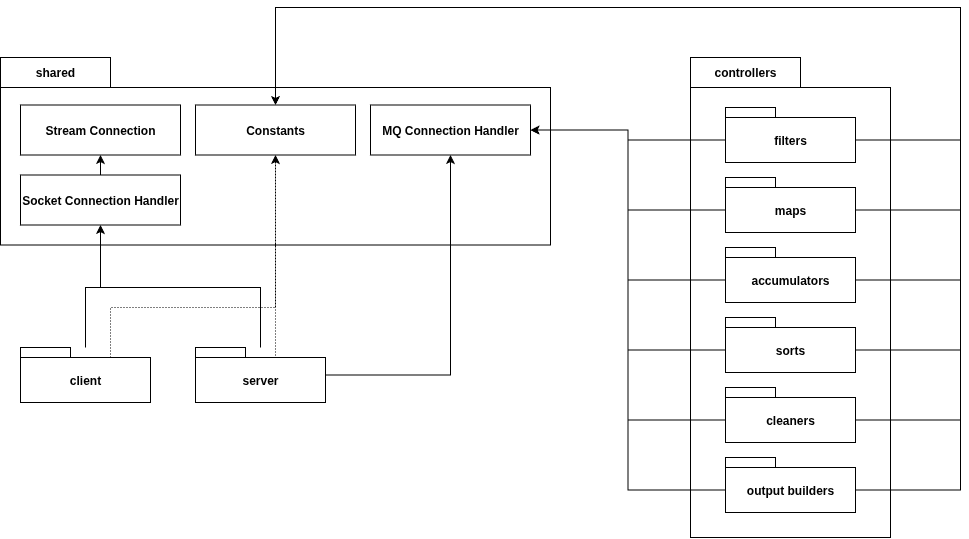
This is misc/Vista de Desarrollo - Diagrama de Paquetes.png from distribuidos-105892-110310-110675/TP, a draw.io export, as it was before one commit. Source tidied: cells renumbered, new cells last; positions are measured from the earlier drawing's top-left corner, leaving out a move shared by most shapes. Source of this version:
```xml
<mxGraphModel>
  <root>
    <mxCell id="0" />
    <mxCell id="1" parent="0" />
    <mxCell id="2" value="shared" style="shape=folder;fontStyle=1;tabWidth=110;tabHeight=30;tabPosition=left;html=1;boundedLbl=1;labelInHeader=1;whiteSpace=wrap;" parent="1" vertex="1">
      <mxGeometry y="50" width="550" height="187.5" as="geometry" />
    </mxCell>
    <mxCell id="3" style="edgeStyle=orthogonalEdgeStyle;rounded=0;jettySize=auto;html=1;entryX=0.5;entryY=1;entryDx=0;entryDy=0;" parent="1" edge="1" source="5" target="32">
      <mxGeometry relative="1" as="geometry">
        <Array as="points">
          <mxPoint x="85" y="280" />
          <mxPoint x="100" y="280" />
        </Array>
      </mxGeometry>
    </mxCell>
    <mxCell id="4" style="edgeStyle=orthogonalEdgeStyle;rounded=0;jettySize=auto;html=1;exitX=0;exitY=0;exitDx=90;exitDy=10;exitPerimeter=0;entryX=0.5;entryY=1;entryDx=0;entryDy=0;dashed=1;dashPattern=1 2;" parent="1" edge="1" source="5" target="33">
      <mxGeometry relative="1" as="geometry">
        <Array as="points">
          <mxPoint x="110" y="300" />
          <mxPoint x="275" y="300" />
        </Array>
      </mxGeometry>
    </mxCell>
    <mxCell id="5" value="client" style="shape=folder;fontStyle=1;tabWidth=50;tabHeight=10;tabPosition=left;html=1;boundedLbl=1;whiteSpace=wrap;" parent="1" vertex="1">
      <mxGeometry x="20" y="340" width="130" height="55" as="geometry" />
    </mxCell>
    <mxCell id="6" style="edgeStyle=orthogonalEdgeStyle;rounded=0;jettySize=auto;html=1;entryX=0.5;entryY=1;entryDx=0;entryDy=0;" parent="1" edge="1" source="9" target="32">
      <mxGeometry relative="1" as="geometry">
        <Array as="points">
          <mxPoint x="260" y="280" />
          <mxPoint x="100" y="280" />
        </Array>
      </mxGeometry>
    </mxCell>
    <mxCell id="7" style="edgeStyle=orthogonalEdgeStyle;rounded=0;jettySize=auto;html=1;entryX=0.5;entryY=1;entryDx=0;entryDy=0;" parent="1" edge="1" source="9" target="30">
      <mxGeometry relative="1" as="geometry" />
    </mxCell>
    <mxCell id="8" style="edgeStyle=orthogonalEdgeStyle;rounded=0;jettySize=auto;html=1;exitX=0;exitY=0;exitDx=90;exitDy=10;exitPerimeter=0;dashed=1;dashPattern=1 2;" parent="1" edge="1" source="9" target="33">
      <mxGeometry relative="1" as="geometry">
        <Array as="points">
          <mxPoint x="275" y="350" />
        </Array>
      </mxGeometry>
    </mxCell>
    <mxCell id="9" value="server" style="shape=folder;fontStyle=1;tabWidth=50;tabHeight=10;tabPosition=left;html=1;boundedLbl=1;whiteSpace=wrap;" parent="1" vertex="1">
      <mxGeometry x="195" y="340" width="130" height="55" as="geometry" />
    </mxCell>
    <mxCell id="10" value="controllers" style="shape=folder;fontStyle=1;tabWidth=110;tabHeight=30;tabPosition=left;html=1;boundedLbl=1;labelInHeader=1;whiteSpace=wrap;" parent="1" vertex="1">
      <mxGeometry x="690" y="50" width="200" height="480" as="geometry" />
    </mxCell>
    <mxCell id="11" style="edgeStyle=orthogonalEdgeStyle;rounded=0;jettySize=auto;html=1;exitX=0;exitY=0;exitDx=0;exitDy=32.5;exitPerimeter=0;" parent="1" edge="1" source="13" target="30">
      <mxGeometry relative="1" as="geometry" />
    </mxCell>
    <mxCell id="12" style="edgeStyle=orthogonalEdgeStyle;rounded=0;jettySize=auto;html=1;exitX=0;exitY=0;exitDx=130;exitDy=32.5;exitPerimeter=0;entryX=0.5;entryY=0;entryDx=0;entryDy=0;" parent="1" edge="1" source="13" target="33">
      <mxGeometry relative="1" as="geometry">
        <Array as="points">
          <mxPoint x="960" y="132" />
          <mxPoint x="960" />
          <mxPoint x="275" />
        </Array>
      </mxGeometry>
    </mxCell>
    <mxCell id="13" value="filters" style="shape=folder;fontStyle=1;tabWidth=50;tabHeight=10;tabPosition=left;html=1;boundedLbl=1;whiteSpace=wrap;" parent="1" vertex="1">
      <mxGeometry x="725" y="100" width="130" height="55" as="geometry" />
    </mxCell>
    <mxCell id="14" style="edgeStyle=orthogonalEdgeStyle;rounded=0;jettySize=auto;html=1;exitX=0;exitY=0;exitDx=0;exitDy=32.5;exitPerimeter=0;entryX=1;entryY=0.5;entryDx=0;entryDy=0;" parent="1" edge="1" source="16" target="30">
      <mxGeometry relative="1" as="geometry" />
    </mxCell>
    <mxCell id="15" style="edgeStyle=orthogonalEdgeStyle;rounded=0;jettySize=auto;html=1;exitX=0;exitY=0;exitDx=130;exitDy=32.5;exitPerimeter=0;entryX=0.5;entryY=0;entryDx=0;entryDy=0;" parent="1" edge="1" source="16" target="33">
      <mxGeometry relative="1" as="geometry">
        <Array as="points">
          <mxPoint x="960" y="202" />
          <mxPoint x="960" />
          <mxPoint x="275" />
        </Array>
      </mxGeometry>
    </mxCell>
    <mxCell id="16" value="maps" style="shape=folder;fontStyle=1;tabWidth=50;tabHeight=10;tabPosition=left;html=1;boundedLbl=1;whiteSpace=wrap;" parent="1" vertex="1">
      <mxGeometry x="725" y="170" width="130" height="55" as="geometry" />
    </mxCell>
    <mxCell id="17" style="edgeStyle=orthogonalEdgeStyle;rounded=0;jettySize=auto;html=1;exitX=0;exitY=0;exitDx=0;exitDy=32.5;exitPerimeter=0;entryX=1;entryY=0.5;entryDx=0;entryDy=0;" parent="1" edge="1" source="19" target="30">
      <mxGeometry relative="1" as="geometry" />
    </mxCell>
    <mxCell id="18" style="edgeStyle=orthogonalEdgeStyle;rounded=0;jettySize=auto;html=1;exitX=0;exitY=0;exitDx=130;exitDy=32.5;exitPerimeter=0;entryX=0.5;entryY=0;entryDx=0;entryDy=0;" parent="1" edge="1" source="19" target="33">
      <mxGeometry relative="1" as="geometry">
        <Array as="points">
          <mxPoint x="960" y="272" />
          <mxPoint x="960" />
          <mxPoint x="275" />
        </Array>
      </mxGeometry>
    </mxCell>
    <mxCell id="19" value="accumulators" style="shape=folder;fontStyle=1;tabWidth=50;tabHeight=10;tabPosition=left;html=1;boundedLbl=1;whiteSpace=wrap;" parent="1" vertex="1">
      <mxGeometry x="725" y="240" width="130" height="55" as="geometry" />
    </mxCell>
    <mxCell id="20" style="edgeStyle=orthogonalEdgeStyle;rounded=0;jettySize=auto;html=1;exitX=0;exitY=0;exitDx=0;exitDy=32.5;exitPerimeter=0;entryX=1;entryY=0.5;entryDx=0;entryDy=0;" parent="1" edge="1" source="22" target="30">
      <mxGeometry relative="1" as="geometry" />
    </mxCell>
    <mxCell id="21" style="edgeStyle=orthogonalEdgeStyle;rounded=0;jettySize=auto;html=1;exitX=0;exitY=0;exitDx=130;exitDy=32.5;exitPerimeter=0;entryX=0.5;entryY=0;entryDx=0;entryDy=0;" parent="1" edge="1" source="22" target="33">
      <mxGeometry relative="1" as="geometry">
        <Array as="points">
          <mxPoint x="960" y="342" />
          <mxPoint x="960" />
          <mxPoint x="275" />
        </Array>
      </mxGeometry>
    </mxCell>
    <mxCell id="22" value="sorts" style="shape=folder;fontStyle=1;tabWidth=50;tabHeight=10;tabPosition=left;html=1;boundedLbl=1;whiteSpace=wrap;" parent="1" vertex="1">
      <mxGeometry x="725" y="310" width="130" height="55" as="geometry" />
    </mxCell>
    <mxCell id="23" style="edgeStyle=orthogonalEdgeStyle;rounded=0;jettySize=auto;html=1;exitX=0;exitY=0;exitDx=0;exitDy=32.5;exitPerimeter=0;entryX=1;entryY=0.5;entryDx=0;entryDy=0;" parent="1" edge="1" source="25" target="30">
      <mxGeometry relative="1" as="geometry" />
    </mxCell>
    <mxCell id="24" style="edgeStyle=orthogonalEdgeStyle;rounded=0;jettySize=auto;html=1;exitX=0;exitY=0;exitDx=130;exitDy=32.5;exitPerimeter=0;entryX=0.5;entryY=0;entryDx=0;entryDy=0;" parent="1" edge="1" source="25" target="33">
      <mxGeometry relative="1" as="geometry">
        <Array as="points">
          <mxPoint x="960" y="412" />
          <mxPoint x="960" />
          <mxPoint x="275" />
        </Array>
      </mxGeometry>
    </mxCell>
    <mxCell id="25" value="cleaners" style="shape=folder;fontStyle=1;tabWidth=50;tabHeight=10;tabPosition=left;html=1;boundedLbl=1;whiteSpace=wrap;" parent="1" vertex="1">
      <mxGeometry x="725" y="380" width="130" height="55" as="geometry" />
    </mxCell>
    <mxCell id="26" style="edgeStyle=orthogonalEdgeStyle;rounded=0;jettySize=auto;html=1;exitX=0;exitY=0;exitDx=0;exitDy=32.5;exitPerimeter=0;entryX=1;entryY=0.5;entryDx=0;entryDy=0;" parent="1" edge="1" source="28" target="30">
      <mxGeometry relative="1" as="geometry" />
    </mxCell>
    <mxCell id="27" style="edgeStyle=orthogonalEdgeStyle;rounded=0;jettySize=auto;html=1;exitX=0;exitY=0;exitDx=130;exitDy=32.5;exitPerimeter=0;entryX=0.5;entryY=0;entryDx=0;entryDy=0;" parent="1" edge="1" source="28" target="33">
      <mxGeometry relative="1" as="geometry">
        <Array as="points">
          <mxPoint x="960" y="482" />
          <mxPoint x="960" />
          <mxPoint x="275" />
        </Array>
      </mxGeometry>
    </mxCell>
    <mxCell id="28" value="output builders" style="shape=folder;fontStyle=1;tabWidth=50;tabHeight=10;tabPosition=left;html=1;boundedLbl=1;whiteSpace=wrap;" parent="1" vertex="1">
      <mxGeometry x="725" y="450" width="130" height="55" as="geometry" />
    </mxCell>
    <mxCell id="29" style="html=1;strokeColor=none;fillColor=none;whiteSpace=wrap;" parent="1" vertex="1">
      <mxGeometry y="127.5" width="40" height="90" as="geometry">
        <mxPoint y="30" as="offset" />
      </mxGeometry>
    </mxCell>
    <mxCell id="30" value="MQ Connection Handler" style="fontStyle=1;whiteSpace=wrap;html=1;" parent="1" vertex="1">
      <mxGeometry x="370" y="97.5" width="160" height="50" as="geometry" />
    </mxCell>
    <mxCell id="31" style="edgeStyle=orthogonalEdgeStyle;rounded=0;jettySize=auto;html=1;exitX=0.5;exitY=0;exitDx=0;exitDy=0;entryX=0.5;entryY=1;entryDx=0;entryDy=0;" parent="1" edge="1" source="32" target="34">
      <mxGeometry relative="1" as="geometry" />
    </mxCell>
    <mxCell id="32" value="Socket Connection Handler" style="fontStyle=1;whiteSpace=wrap;html=1;" parent="1" vertex="1">
      <mxGeometry x="20" y="167.5" width="160" height="50" as="geometry" />
    </mxCell>
    <mxCell id="33" value="Constants" style="fontStyle=1;whiteSpace=wrap;html=1;" parent="1" vertex="1">
      <mxGeometry x="195" y="97.5" width="160" height="50" as="geometry" />
    </mxCell>
    <mxCell id="34" value="Stream Connection" style="fontStyle=1;whiteSpace=wrap;html=1;" parent="1" vertex="1">
      <mxGeometry x="20" y="97.5" width="160" height="50" as="geometry" />
    </mxCell>
    <mxCell id="35" style="edgeStyle=orthogonalEdgeStyle;rounded=0;jettySize=auto;html=1;exitX=0;exitY=0;exitDx=130;exitDy=32.5;exitPerimeter=0;entryX=0.5;entryY=0;entryDx=0;entryDy=0;" parent="1" edge="1" source="25" target="33">
      <mxGeometry relative="1" as="geometry">
        <Array as="points">
          <mxPoint x="960" y="412" />
          <mxPoint x="960" />
          <mxPoint x="275" />
        </Array>
      </mxGeometry>
    </mxCell>
  </root>
</mxGraphModel>
```
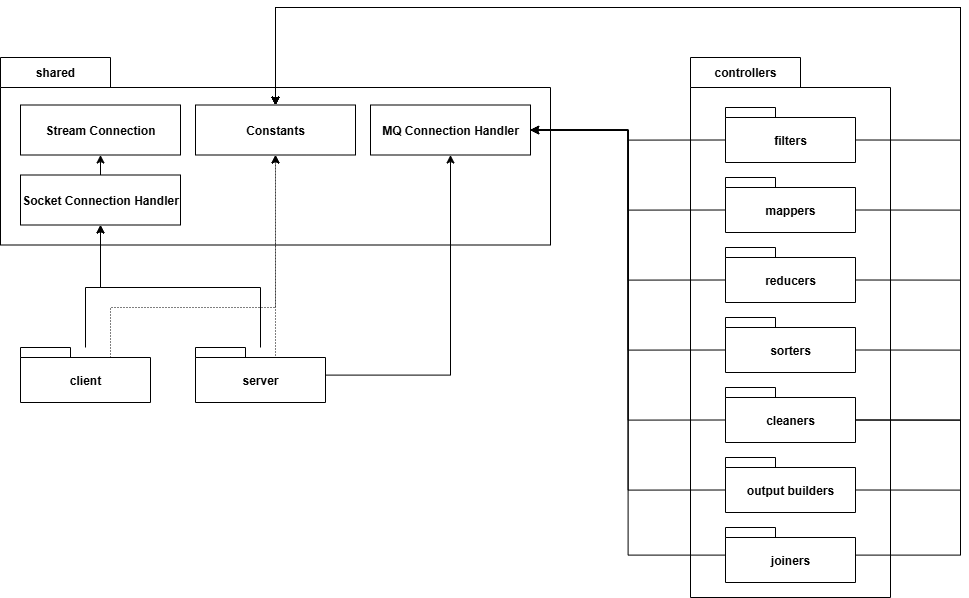
The same file after the commit.

What changed in the source:
```diff
@@ -46,7 +46,7 @@
       <mxGeometry x="195" y="340" width="130" height="55" as="geometry" />
     </mxCell>
     <mxCell id="10" value="controllers" style="shape=folder;fontStyle=1;tabWidth=110;tabHeight=30;tabPosition=left;html=1;boundedLbl=1;labelInHeader=1;whiteSpace=wrap;" parent="1" vertex="1">
-      <mxGeometry x="690" y="50" width="200" height="480" as="geometry" />
+      <mxGeometry x="690" y="50" width="200" height="540" as="geometry" />
     </mxCell>
     <mxCell id="11" style="edgeStyle=orthogonalEdgeStyle;rounded=0;jettySize=auto;html=1;exitX=0;exitY=0;exitDx=0;exitDy=32.5;exitPerimeter=0;" parent="1" edge="1" source="13" target="30">
       <mxGeometry relative="1" as="geometry" />
@@ -63,63 +63,63 @@
     <mxCell id="13" value="filters" style="shape=folder;fontStyle=1;tabWidth=50;tabHeight=10;tabPosition=left;html=1;boundedLbl=1;whiteSpace=wrap;" parent="1" vertex="1">
       <mxGeometry x="725" y="100" width="130" height="55" as="geometry" />
     </mxCell>
-    <mxCell id="14" style="edgeStyle=orthogonalEdgeStyle;rounded=0;jettySize=auto;html=1;exitX=0;exitY=0;exitDx=0;exitDy=32.5;exitPerimeter=0;entryX=1;entryY=0.5;entryDx=0;entryDy=0;" parent="1" edge="1" source="16" target="30">
-      <mxGeometry relative="1" as="geometry" />
-    </mxCell>
-    <mxCell id="15" style="edgeStyle=orthogonalEdgeStyle;rounded=0;jettySize=auto;html=1;exitX=0;exitY=0;exitDx=130;exitDy=32.5;exitPerimeter=0;entryX=0.5;entryY=0;entryDx=0;entryDy=0;" parent="1" edge="1" source="16" target="33">
-      <mxGeometry relative="1" as="geometry">
-        <Array as="points">
-          <mxPoint x="960" y="202" />
-          <mxPoint x="960" />
-          <mxPoint x="275" />
-        </Array>
-      </mxGeometry>
-    </mxCell>
-    <mxCell id="16" value="maps" style="shape=folder;fontStyle=1;tabWidth=50;tabHeight=10;tabPosition=left;html=1;boundedLbl=1;whiteSpace=wrap;" parent="1" vertex="1">
-      <mxGeometry x="725" y="170" width="130" height="55" as="geometry" />
-    </mxCell>
-    <mxCell id="17" style="edgeStyle=orthogonalEdgeStyle;rounded=0;jettySize=auto;html=1;exitX=0;exitY=0;exitDx=0;exitDy=32.5;exitPerimeter=0;entryX=1;entryY=0.5;entryDx=0;entryDy=0;" parent="1" edge="1" source="19" target="30">
-      <mxGeometry relative="1" as="geometry" />
-    </mxCell>
-    <mxCell id="18" style="edgeStyle=orthogonalEdgeStyle;rounded=0;jettySize=auto;html=1;exitX=0;exitY=0;exitDx=130;exitDy=32.5;exitPerimeter=0;entryX=0.5;entryY=0;entryDx=0;entryDy=0;" parent="1" edge="1" source="19" target="33">
-      <mxGeometry relative="1" as="geometry">
-        <Array as="points">
-          <mxPoint x="960" y="272" />
-          <mxPoint x="960" />
-          <mxPoint x="275" />
-        </Array>
-      </mxGeometry>
-    </mxCell>
-    <mxCell id="19" value="accumulators" style="shape=folder;fontStyle=1;tabWidth=50;tabHeight=10;tabPosition=left;html=1;boundedLbl=1;whiteSpace=wrap;" parent="1" vertex="1">
-      <mxGeometry x="725" y="240" width="130" height="55" as="geometry" />
-    </mxCell>
-    <mxCell id="20" style="edgeStyle=orthogonalEdgeStyle;rounded=0;jettySize=auto;html=1;exitX=0;exitY=0;exitDx=0;exitDy=32.5;exitPerimeter=0;entryX=1;entryY=0.5;entryDx=0;entryDy=0;" parent="1" edge="1" source="22" target="30">
-      <mxGeometry relative="1" as="geometry" />
-    </mxCell>
-    <mxCell id="21" style="edgeStyle=orthogonalEdgeStyle;rounded=0;jettySize=auto;html=1;exitX=0;exitY=0;exitDx=130;exitDy=32.5;exitPerimeter=0;entryX=0.5;entryY=0;entryDx=0;entryDy=0;" parent="1" edge="1" source="22" target="33">
-      <mxGeometry relative="1" as="geometry">
-        <Array as="points">
-          <mxPoint x="960" y="342" />
-          <mxPoint x="960" />
-          <mxPoint x="275" />
-        </Array>
-      </mxGeometry>
-    </mxCell>
-    <mxCell id="22" value="sorts" style="shape=folder;fontStyle=1;tabWidth=50;tabHeight=10;tabPosition=left;html=1;boundedLbl=1;whiteSpace=wrap;" parent="1" vertex="1">
-      <mxGeometry x="725" y="310" width="130" height="55" as="geometry" />
-    </mxCell>
+    <mxCell id="36" style="edgeStyle=orthogonalEdgeStyle;rounded=0;jettySize=auto;html=1;exitX=0;exitY=0;exitDx=0;exitDy=32.5;exitPerimeter=0;entryX=1;entryY=0.5;entryDx=0;entryDy=0;" parent="1" edge="1" source="38" target="30">
+      <mxGeometry relative="1" as="geometry" />
+    </mxCell>
+    <mxCell id="37" style="edgeStyle=orthogonalEdgeStyle;rounded=0;jettySize=auto;html=1;exitX=0;exitY=0;exitDx=130;exitDy=32.5;exitPerimeter=0;entryX=0.5;entryY=0;entryDx=0;entryDy=0;" parent="1" edge="1" source="38" target="33">
+      <mxGeometry relative="1" as="geometry">
+        <Array as="points">
+          <mxPoint x="960" y="202" />
+          <mxPoint x="960" />
+          <mxPoint x="275" />
+        </Array>
+      </mxGeometry>
+    </mxCell>
+    <mxCell id="38" value="mappers" style="shape=folder;fontStyle=1;tabWidth=50;tabHeight=10;tabPosition=left;html=1;boundedLbl=1;whiteSpace=wrap;" parent="1" vertex="1">
+      <mxGeometry x="725" y="170" width="130" height="55" as="geometry" />
+    </mxCell>
+    <mxCell id="39" style="edgeStyle=orthogonalEdgeStyle;rounded=0;jettySize=auto;html=1;exitX=0;exitY=0;exitDx=0;exitDy=32.5;exitPerimeter=0;entryX=1;entryY=0.5;entryDx=0;entryDy=0;" parent="1" edge="1" source="41" target="30">
+      <mxGeometry relative="1" as="geometry" />
+    </mxCell>
+    <mxCell id="40" style="edgeStyle=orthogonalEdgeStyle;rounded=0;jettySize=auto;html=1;exitX=0;exitY=0;exitDx=130;exitDy=32.5;exitPerimeter=0;entryX=0.5;entryY=0;entryDx=0;entryDy=0;" parent="1" edge="1" source="41" target="33">
+      <mxGeometry relative="1" as="geometry">
+        <Array as="points">
+          <mxPoint x="960" y="272" />
+          <mxPoint x="960" />
+          <mxPoint x="275" />
+        </Array>
+      </mxGeometry>
+    </mxCell>
+    <mxCell id="41" value="reducers" style="shape=folder;fontStyle=1;tabWidth=50;tabHeight=10;tabPosition=left;html=1;boundedLbl=1;whiteSpace=wrap;" parent="1" vertex="1">
+      <mxGeometry x="725" y="240" width="130" height="55" as="geometry" />
+    </mxCell>
+    <mxCell id="42" style="edgeStyle=orthogonalEdgeStyle;rounded=0;jettySize=auto;html=1;exitX=0;exitY=0;exitDx=0;exitDy=32.5;exitPerimeter=0;entryX=1;entryY=0.5;entryDx=0;entryDy=0;" parent="1" edge="1" source="44" target="30">
+      <mxGeometry relative="1" as="geometry" />
+    </mxCell>
+    <mxCell id="43" style="edgeStyle=orthogonalEdgeStyle;rounded=0;jettySize=auto;html=1;exitX=0;exitY=0;exitDx=130;exitDy=32.5;exitPerimeter=0;entryX=0.5;entryY=0;entryDx=0;entryDy=0;" parent="1" edge="1" source="44" target="33">
+      <mxGeometry relative="1" as="geometry">
+        <Array as="points">
+          <mxPoint x="960" y="342" />
+          <mxPoint x="960" />
+          <mxPoint x="275" />
+        </Array>
+      </mxGeometry>
+    </mxCell>
+    <mxCell id="44" value="sorters" style="shape=folder;fontStyle=1;tabWidth=50;tabHeight=10;tabPosition=left;html=1;boundedLbl=1;whiteSpace=wrap;" parent="1" vertex="1">
+      <mxGeometry x="725" y="310" width="130" height="55" as="geometry" />
+    </mxCell>
     <mxCell id="23" style="edgeStyle=orthogonalEdgeStyle;rounded=0;jettySize=auto;html=1;exitX=0;exitY=0;exitDx=0;exitDy=32.5;exitPerimeter=0;entryX=1;entryY=0.5;entryDx=0;entryDy=0;" parent="1" edge="1" source="25" target="30">
       <mxGeometry relative="1" as="geometry" />
     </mxCell>
-    <mxCell id="24" style="edgeStyle=orthogonalEdgeStyle;rounded=0;jettySize=auto;html=1;exitX=0;exitY=0;exitDx=130;exitDy=32.5;exitPerimeter=0;entryX=0.5;entryY=0;entryDx=0;entryDy=0;" parent="1" edge="1" source="25" target="33">
-      <mxGeometry relative="1" as="geometry">
-        <Array as="points">
-          <mxPoint x="960" y="412" />
-          <mxPoint x="960" />
-          <mxPoint x="275" />
-        </Array>
-      </mxGeometry>
-    </mxCell>
+    <mxCell id="45" style="edgeStyle=orthogonalEdgeStyle;rounded=0;jettySize=auto;html=1;exitX=0;exitY=0;exitDx=130;exitDy=32.5;exitPerimeter=0;entryX=0.5;entryY=0;entryDx=0;entryDy=0;" parent="1" edge="1" source="25" target="33">
+      <mxGeometry relative="1" as="geometry">
+        <Array as="points">
+          <mxPoint x="960" y="412" />
+          <mxPoint x="960" />
+          <mxPoint x="275" />
+        </Array>
+      </mxGeometry>
+    </mxCell>
     <mxCell id="25" value="cleaners" style="shape=folder;fontStyle=1;tabWidth=50;tabHeight=10;tabPosition=left;html=1;boundedLbl=1;whiteSpace=wrap;" parent="1" vertex="1">
       <mxGeometry x="725" y="380" width="130" height="55" as="geometry" />
     </mxCell>
@@ -158,14 +158,29 @@
     <mxCell id="34" value="Stream Connection" style="fontStyle=1;whiteSpace=wrap;html=1;" parent="1" vertex="1">
       <mxGeometry x="20" y="97.5" width="160" height="50" as="geometry" />
     </mxCell>
-    <mxCell id="35" style="edgeStyle=orthogonalEdgeStyle;rounded=0;jettySize=auto;html=1;exitX=0;exitY=0;exitDx=130;exitDy=32.5;exitPerimeter=0;entryX=0.5;entryY=0;entryDx=0;entryDy=0;" parent="1" edge="1" source="25" target="33">
-      <mxGeometry relative="1" as="geometry">
-        <Array as="points">
-          <mxPoint x="960" y="412" />
-          <mxPoint x="960" />
-          <mxPoint x="275" />
-        </Array>
-      </mxGeometry>
-    </mxCell>
+    <mxCell id="46" style="edgeStyle=orthogonalEdgeStyle;rounded=0;jettySize=auto;html=1;exitX=0;exitY=0;exitDx=130;exitDy=32.5;exitPerimeter=0;entryX=0.5;entryY=0;entryDx=0;entryDy=0;" parent="1" edge="1" source="25" target="33">
+      <mxGeometry relative="1" as="geometry">
+        <Array as="points">
+          <mxPoint x="960" y="412" />
+          <mxPoint x="960" />
+          <mxPoint x="275" />
+        </Array>
+      </mxGeometry>
+    </mxCell>
+    <mxCell id="47" style="edgeStyle=orthogonalEdgeStyle;rounded=0;jettySize=auto;html=1;entryX=1;entryY=0.5;entryDx=0;entryDy=0;" parent="1" edge="1" source="48" target="30">
+      <mxGeometry relative="1" as="geometry" />
+    </mxCell>
+    <mxCell id="48" value="joiners" style="shape=folder;fontStyle=1;tabWidth=50;tabHeight=10;tabPosition=left;html=1;boundedLbl=1;whiteSpace=wrap;" parent="1" vertex="1">
+      <mxGeometry x="725" y="520" width="130" height="55" as="geometry" />
+    </mxCell>
+    <mxCell id="49" style="edgeStyle=orthogonalEdgeStyle;rounded=0;jettySize=auto;html=1;entryX=0.5;entryY=0;entryDx=0;entryDy=0;" parent="1" edge="1" source="48" target="33">
+      <mxGeometry relative="1" as="geometry">
+        <Array as="points">
+          <mxPoint x="960" y="548" />
+          <mxPoint x="960" />
+          <mxPoint x="275" />
+        </Array>
+      </mxGeometry>
+    </mxCell>
   </root>
 </mxGraphModel>
```
